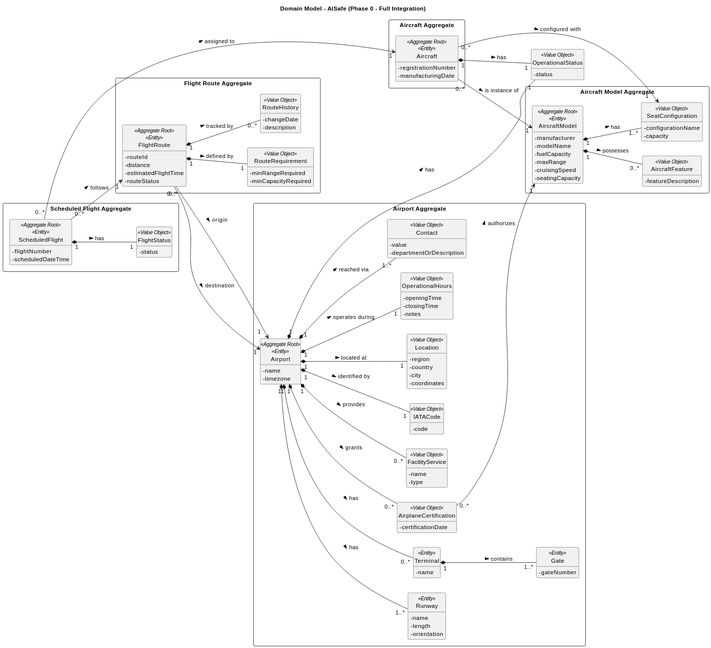
This is docs/system-documentation/global-artifacts/svg/DM.svg from Andre-1240567/psoft2026_2DB_1240567_1241013_1240624, a PlantUML export, as it was before one commit.
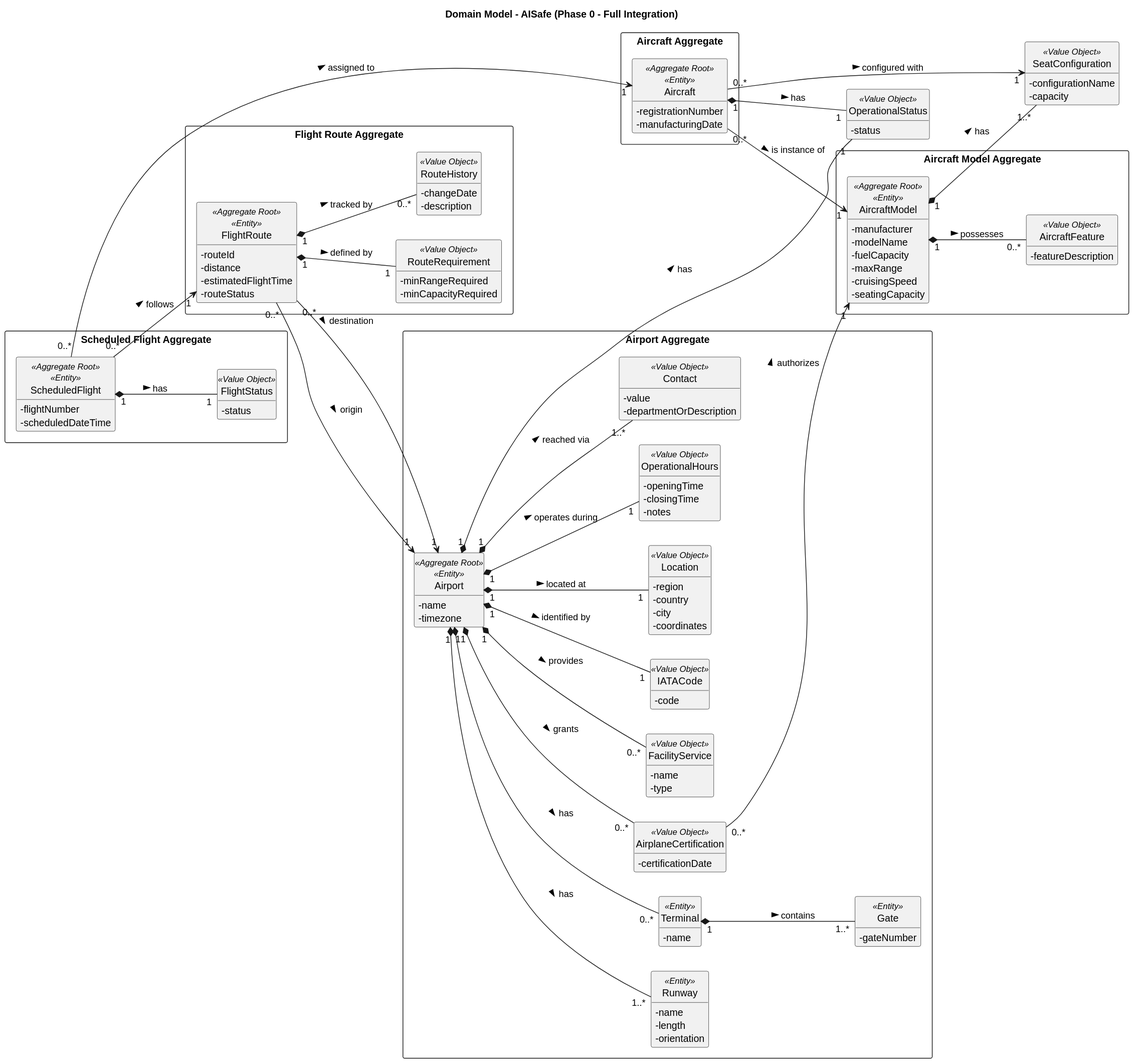
After the commit.

Commit message:
docs: apply final architectural fixes to DM and Glossary

Change to the diagram source:
```diff
@@ -11,6 +11,11 @@
     - status
 }
 
+class SeatConfiguration <<Value Object>> {
+    - configurationName
+    - capacity
+}
+
 package "Aircraft Model Aggregate" <<Rectangle>> {
     class AircraftModel <<Aggregate Root>> <<Entity>> {
         - manufacturer
@@ -19,11 +24,6 @@
         - maxRange
         - cruisingSpeed
         - seatingCapacity
-    }
-
-    class SeatConfiguration <<Value Object>> {
-        - configurationName
-        - capacity
     }
 
     class AircraftFeature <<Value Object>> {
```
